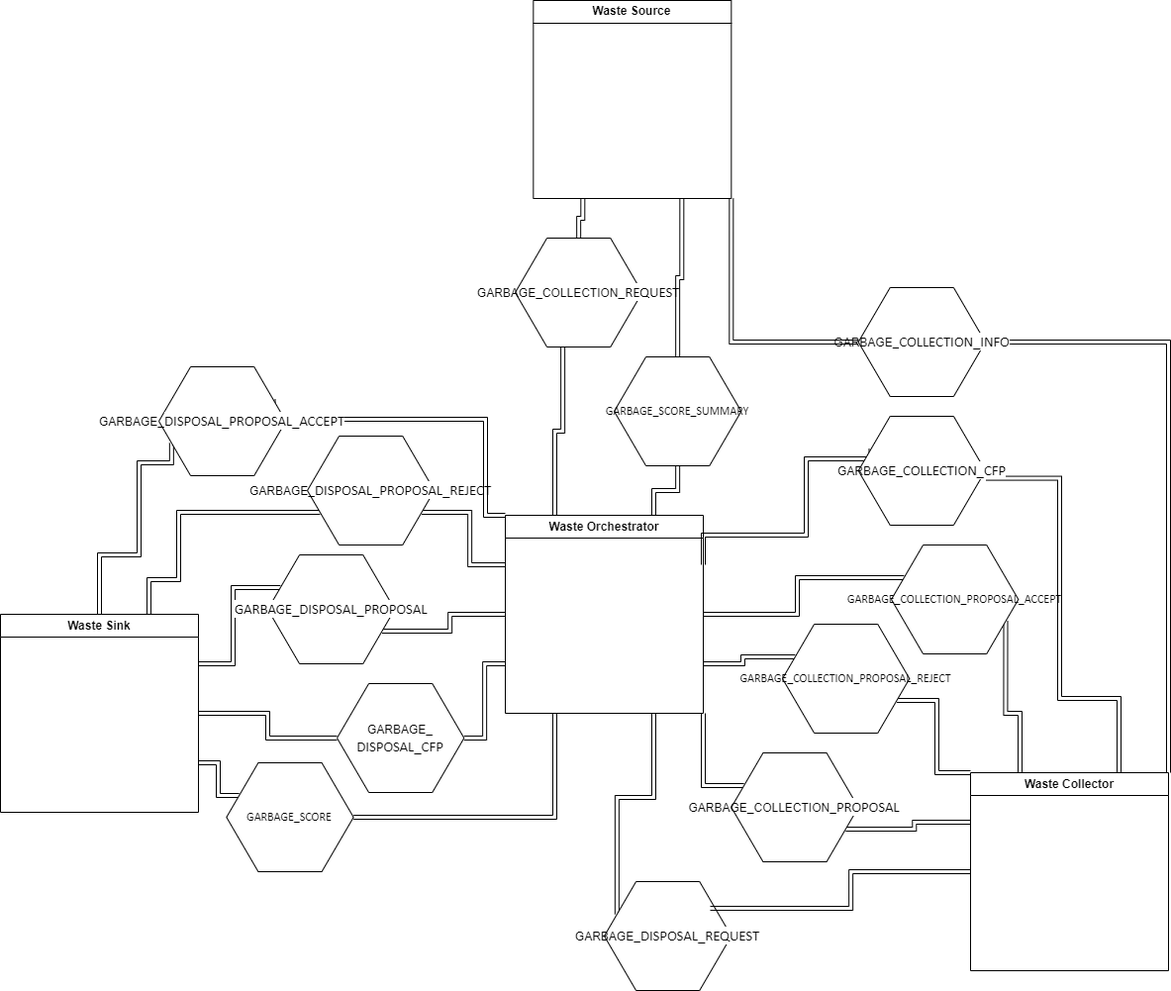
Above: diagrams/konwersacje.drawio.png in SwirtaB/AASD_CityWasteAgentSystem (draw.io), before the change. Source tidied: cells renumbered, new cells last; positions are measured from the earlier drawing's top-left corner, leaving out a move shared by most shapes.
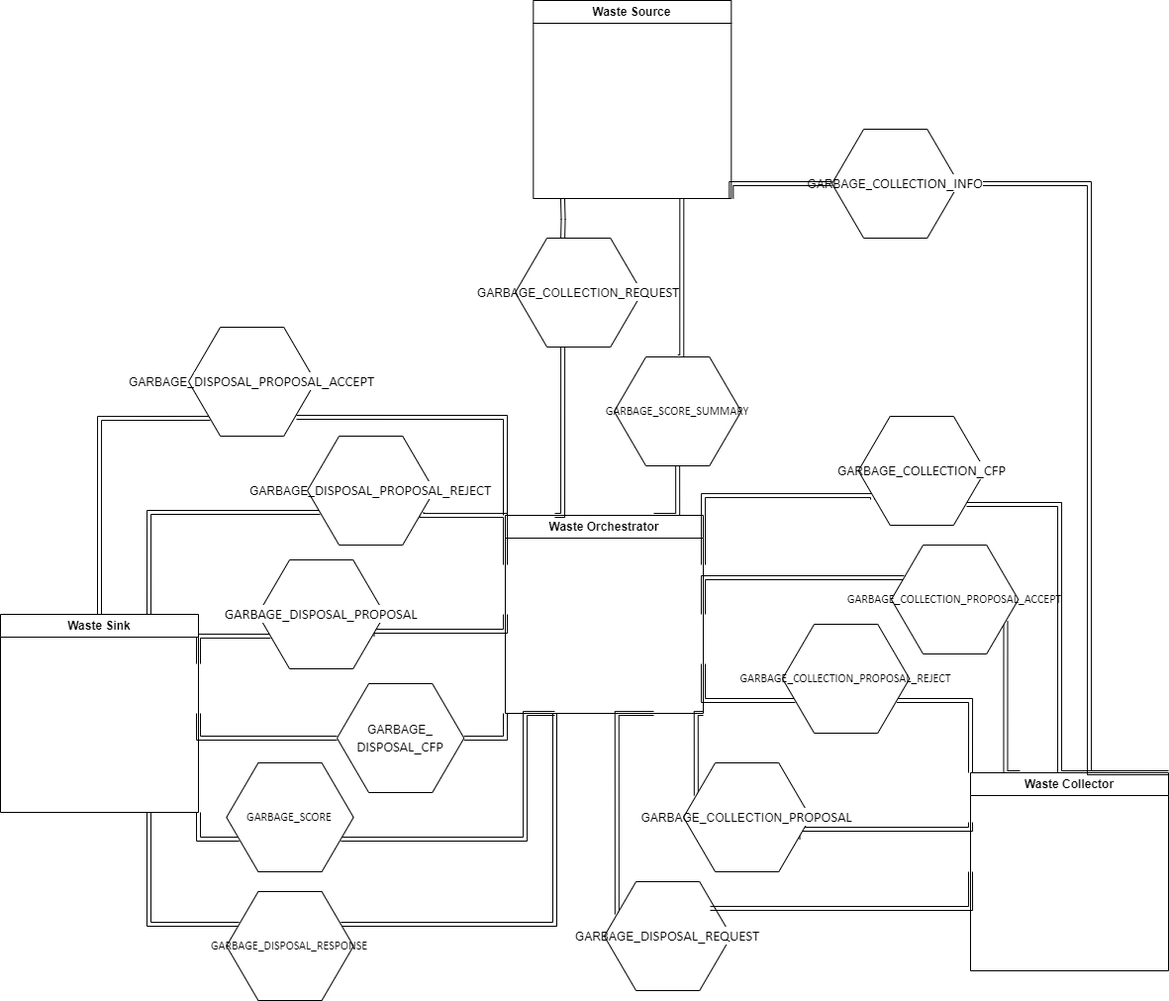
Later version of the same file.

Commit message:
konwersacje diagram - fix

Diff of the diagram source:
```diff
@@ -4,7 +4,13 @@
     <mxCell id="1" parent="0" />
-    <mxCell id="2" style="edgeStyle=orthogonalEdgeStyle;rounded=0;jettySize=auto;html=1;exitX=0.25;exitY=1;exitDx=0;exitDy=0;entryX=0.5;entryY=0;entryDx=0;entryDy=0;shape=link;" parent="1" edge="1" source="4" target="18">
-      <mxGeometry relative="1" as="geometry" />
+    <mxCell id="2" style="edgeStyle=orthogonalEdgeStyle;rounded=0;jettySize=auto;html=1;entryX=0.375;entryY=0;entryDx=0;entryDy=0;shape=link;" parent="1" edge="1" target="18">
+      <mxGeometry relative="1" as="geometry">
+        <mxPoint x="568" y="200" as="sourcePoint" />
+      </mxGeometry>
     </mxCell>
     <mxCell id="3" style="edgeStyle=orthogonalEdgeStyle;rounded=0;jettySize=auto;html=1;exitX=1;exitY=1;exitDx=0;exitDy=0;entryX=0;entryY=0.5;entryDx=0;entryDy=0;shape=link;" parent="1" edge="1" source="4" target="44">
-      <mxGeometry relative="1" as="geometry" />
+      <mxGeometry relative="1" as="geometry">
+        <Array as="points">
+          <mxPoint x="738" y="185" />
+        </Array>
+      </mxGeometry>
     </mxCell>
@@ -13,14 +19,16 @@
     </mxCell>
-    <mxCell id="5" style="edgeStyle=orthogonalEdgeStyle;rounded=0;jettySize=auto;html=1;exitX=1;exitY=0.75;exitDx=0;exitDy=0;entryX=0;entryY=0.25;entryDx=0;entryDy=0;shape=link;" parent="1" edge="1" source="9" target="39">
+    <mxCell id="5" style="edgeStyle=orthogonalEdgeStyle;rounded=0;jettySize=auto;html=1;exitX=1;exitY=1;exitDx=0;exitDy=0;entryX=0;entryY=0.75;entryDx=0;entryDy=0;shape=link;" parent="1" edge="1" source="9" target="39">
       <mxGeometry relative="1" as="geometry" />
     </mxCell>
-    <mxCell id="6" style="edgeStyle=orthogonalEdgeStyle;rounded=0;jettySize=auto;html=1;exitX=1;exitY=0.25;exitDx=0;exitDy=0;entryX=0;entryY=0.25;entryDx=0;entryDy=0;shape=link;" parent="1" edge="1" source="9" target="32">
-      <mxGeometry relative="1" as="geometry" />
+    <mxCell id="6" style="edgeStyle=orthogonalEdgeStyle;rounded=0;jettySize=auto;html=1;exitX=1;exitY=0.25;exitDx=0;exitDy=0;entryX=0;entryY=0.75;entryDx=0;entryDy=0;shape=link;" parent="1" edge="1" source="9" target="32">
+      <mxGeometry relative="1" as="geometry">
+        <Array as="points">
+          <mxPoint x="200" y="642" />
+        </Array>
+      </mxGeometry>
     </mxCell>
-    <mxCell id="7" style="edgeStyle=orthogonalEdgeStyle;rounded=0;jettySize=auto;html=1;exitX=0.5;exitY=0;exitDx=0;exitDy=0;entryX=0;entryY=0.75;entryDx=0;entryDy=0;shape=link;" parent="1" edge="1" source="9" target="37">
+    <mxCell id="7" style="edgeStyle=orthogonalEdgeStyle;rounded=0;jettySize=auto;html=1;exitX=0.5;exitY=0;exitDx=0;exitDy=0;shape=link;entryX=0.171;entryY=0.836;entryDx=0;entryDy=0;entryPerimeter=0;" parent="1" edge="1" source="9" target="37">
       <mxGeometry relative="1" as="geometry">
         <Array as="points">
-          <mxPoint x="100" y="560" />
-          <mxPoint x="140" y="560" />
-          <mxPoint x="140" y="467" />
+          <mxPoint x="100" y="422" />
         </Array>
@@ -31,5 +39,3 @@
         <Array as="points">
-          <mxPoint x="150" y="585" />
-          <mxPoint x="180" y="585" />
-          <mxPoint x="180" y="517" />
+          <mxPoint x="150" y="517" />
         </Array>
@@ -41,3 +47,7 @@
     <mxCell id="10" style="edgeStyle=orthogonalEdgeStyle;rounded=0;jettySize=auto;html=1;exitX=0.75;exitY=0;exitDx=0;exitDy=0;entryX=0.5;entryY=1;entryDx=0;entryDy=0;shape=link;" parent="1" edge="1" source="11" target="41">
-      <mxGeometry relative="1" as="geometry" />
+      <mxGeometry relative="1" as="geometry">
+        <Array as="points">
+          <mxPoint x="684" y="520" />
+        </Array>
+      </mxGeometry>
     </mxCell>
@@ -47,3 +57,7 @@
     <mxCell id="12" style="edgeStyle=orthogonalEdgeStyle;rounded=0;jettySize=auto;html=1;exitX=0.25;exitY=0;exitDx=0;exitDy=0;entryX=1;entryY=0.75;entryDx=0;entryDy=0;shape=link;" parent="1" edge="1" source="16" target="26">
-      <mxGeometry relative="1" as="geometry" />
+      <mxGeometry relative="1" as="geometry">
+        <Array as="points">
+          <mxPoint x="1015" y="780" />
+        </Array>
+      </mxGeometry>
     </mxCell>
@@ -52,3 +66,3 @@
         <Array as="points">
-          <mxPoint x="946" y="780" />
+          <mxPoint x="980" y="707" />
         </Array>
@@ -57,10 +71,13 @@
     <mxCell id="14" style="edgeStyle=orthogonalEdgeStyle;rounded=0;jettySize=auto;html=1;exitX=0;exitY=0.25;exitDx=0;exitDy=0;entryX=1;entryY=0.75;entryDx=0;entryDy=0;shape=link;" parent="1" edge="1" source="16" target="22">
-      <mxGeometry relative="1" as="geometry" />
+      <mxGeometry relative="1" as="geometry">
+        <Array as="points">
+          <mxPoint x="980" y="837" />
+        </Array>
+      </mxGeometry>
     </mxCell>
-    <mxCell id="15" style="edgeStyle=orthogonalEdgeStyle;rounded=0;jettySize=auto;html=1;exitX=0.75;exitY=0;exitDx=0;exitDy=0;entryX=1.007;entryY=0.569;entryDx=0;entryDy=0;shape=link;entryPerimeter=0;" parent="1" edge="1" source="16" target="20">
+    <mxCell id="15" style="edgeStyle=orthogonalEdgeStyle;rounded=0;jettySize=auto;html=1;exitX=0.75;exitY=0;exitDx=0;exitDy=0;entryX=0.852;entryY=0.809;entryDx=0;entryDy=0;shape=link;entryPerimeter=0;" parent="1" edge="1" source="16" target="20">
       <mxGeometry relative="1" as="geometry">
         <Array as="points">
-          <mxPoint x="1130" y="705" />
-          <mxPoint x="1070" y="705" />
-          <mxPoint x="1070" y="483" />
+          <mxPoint x="1070" y="780" />
+          <mxPoint x="1070" y="509" />
         </Array>
@@ -72,3 +89,7 @@
     <mxCell id="17" style="edgeStyle=orthogonalEdgeStyle;rounded=0;jettySize=auto;html=1;entryX=0.25;entryY=0;entryDx=0;entryDy=0;shape=link;exitX=0.375;exitY=1;exitDx=0;exitDy=0;" parent="1" edge="1" source="18" target="11">
-      <mxGeometry relative="1" as="geometry" />
+      <mxGeometry relative="1" as="geometry">
+        <Array as="points">
+          <mxPoint x="568" y="520" />
+        </Array>
+      </mxGeometry>
     </mxCell>
@@ -77,8 +98,7 @@
     </mxCell>
-    <mxCell id="19" style="edgeStyle=orthogonalEdgeStyle;rounded=0;jettySize=auto;html=1;exitX=0;exitY=0.25;exitDx=0;exitDy=0;entryX=1;entryY=0.25;entryDx=0;entryDy=0;shape=link;" parent="1" edge="1" source="20" target="11">
+    <mxCell id="19" style="edgeStyle=orthogonalEdgeStyle;rounded=0;jettySize=auto;html=1;exitX=0.112;exitY=0.764;exitDx=0;exitDy=0;entryX=1;entryY=0.25;entryDx=0;entryDy=0;shape=link;exitPerimeter=0;" parent="1" edge="1" source="20" target="11">
       <mxGeometry relative="1" as="geometry">
         <Array as="points">
-          <mxPoint x="814" y="463" />
-          <mxPoint x="814" y="540" />
-          <mxPoint x="710" y="540" />
+          <mxPoint x="881" y="500" />
+          <mxPoint x="710" y="500" />
         </Array>
@@ -90,9 +110,17 @@
     <mxCell id="21" style="edgeStyle=orthogonalEdgeStyle;rounded=0;jettySize=auto;html=1;exitX=0;exitY=0.25;exitDx=0;exitDy=0;entryX=1;entryY=1;entryDx=0;entryDy=0;shape=link;" parent="1" edge="1" source="22" target="11">
-      <mxGeometry relative="1" as="geometry" />
+      <mxGeometry relative="1" as="geometry">
+        <Array as="points">
+          <mxPoint x="703" y="720" />
+        </Array>
+      </mxGeometry>
     </mxCell>
     <mxCell id="22" value="GARBAGE_COLLECTION_&lt;span style=&quot;-webkit-user-drag: none; -webkit-tap-highlight-color: transparent; margin: 0px; padding: 0px; user-select: text; font-family: Calibri, Calibri_EmbeddedFont, Calibri_MSFontService, sans-serif; font-size: 14.6667px; font-variant-ligatures: none; text-align: left; background-color: rgb(255, 255, 255);&quot; class=&quot;NormalTextRun SCXW54066051 BCX0&quot;&gt;PROPOSAL&lt;/span&gt;&lt;span style=&quot;-webkit-user-drag: none; -webkit-tap-highlight-color: transparent; margin: 0px; padding: 0px; user-select: text; font-family: Calibri, Calibri_EmbeddedFont, Calibri_MSFontService, sans-serif; font-size: 14.6667px; font-variant-ligatures: none; text-align: left; background-color: rgb(255, 255, 255);&quot; class=&quot;NormalTextRun SCXW54066051 BCX0&quot;&gt; &lt;/span&gt;" style="shape=mxgraph.bpmn.conversation;perimeter=hexagonPerimeter2;whiteSpace=wrap;html=1;bpmnConversationType=conv;" parent="1" vertex="1">
-      <mxGeometry x="738.3" y="760" width="128.3" height="110" as="geometry" />
+      <mxGeometry x="690" y="770" width="128.3" height="110" as="geometry" />
     </mxCell>
-    <mxCell id="23" style="edgeStyle=orthogonalEdgeStyle;rounded=0;jettySize=auto;html=1;exitX=0;exitY=0.25;exitDx=0;exitDy=0;entryX=1;entryY=0.75;entryDx=0;entryDy=0;shape=link;" parent="1" edge="1" source="24" target="11">
-      <mxGeometry relative="1" as="geometry" />
+    <mxCell id="23" style="edgeStyle=orthogonalEdgeStyle;rounded=0;jettySize=auto;html=1;exitX=0;exitY=0.75;exitDx=0;exitDy=0;entryX=1;entryY=0.75;entryDx=0;entryDy=0;shape=link;" parent="1" edge="1" source="24" target="11">
+      <mxGeometry relative="1" as="geometry">
+        <Array as="points">
+          <mxPoint x="710" y="707" />
+        </Array>
+      </mxGeometry>
     </mxCell>
@@ -102,3 +130,7 @@
     <mxCell id="25" style="edgeStyle=orthogonalEdgeStyle;rounded=0;jettySize=auto;html=1;exitX=0;exitY=0.25;exitDx=0;exitDy=0;entryX=1;entryY=0.5;entryDx=0;entryDy=0;shape=link;" parent="1" edge="1" source="26" target="11">
-      <mxGeometry relative="1" as="geometry" />
+      <mxGeometry relative="1" as="geometry">
+        <Array as="points">
+          <mxPoint x="710" y="583" />
+        </Array>
+      </mxGeometry>
     </mxCell>
@@ -108,3 +140,7 @@
     <mxCell id="27" style="edgeStyle=orthogonalEdgeStyle;rounded=0;jettySize=auto;html=1;exitX=0;exitY=0.25;exitDx=0;exitDy=0;entryX=0.75;entryY=1;entryDx=0;entryDy=0;shape=link;" parent="1" edge="1" source="28" target="11">
-      <mxGeometry relative="1" as="geometry" />
+      <mxGeometry relative="1" as="geometry">
+        <Array as="points">
+          <mxPoint x="623" y="720" />
+        </Array>
+      </mxGeometry>
     </mxCell>
@@ -114,3 +150,8 @@
     <mxCell id="29" style="edgeStyle=orthogonalEdgeStyle;rounded=0;jettySize=auto;html=1;exitX=1;exitY=0.75;exitDx=0;exitDy=0;entryX=0;entryY=0.25;entryDx=0;entryDy=0;shape=link;" parent="1" edge="1" source="30" target="11">
-      <mxGeometry relative="1" as="geometry" />
+      <mxGeometry relative="1" as="geometry">
+        <Array as="points">
+          <mxPoint x="426" y="520" />
+          <mxPoint x="510" y="520" />
+        </Array>
+      </mxGeometry>
     </mxCell>
@@ -120,8 +161,12 @@
     <mxCell id="31" style="edgeStyle=orthogonalEdgeStyle;rounded=0;jettySize=auto;html=1;exitX=1;exitY=0.75;exitDx=0;exitDy=0;entryX=0;entryY=0.5;entryDx=0;entryDy=0;shape=link;" parent="1" edge="1" source="32" target="11">
-      <mxGeometry relative="1" as="geometry" />
+      <mxGeometry relative="1" as="geometry">
+        <Array as="points">
+          <mxPoint x="510" y="637" />
+        </Array>
+      </mxGeometry>
     </mxCell>
     <mxCell id="32" value="&lt;span style=&quot;-webkit-user-drag: none; -webkit-tap-highlight-color: transparent; margin: 0px; padding: 0px; user-select: text; font-family: Calibri, Calibri_EmbeddedFont, Calibri_MSFontService, sans-serif; font-size: 14.6667px; font-variant-ligatures: none; text-align: left; background-color: rgb(255, 255, 255);&quot; class=&quot;NormalTextRun SCXW189327821 BCX0&quot;&gt;GARBAGE_&lt;span style=&quot;-webkit-user-drag: none; -webkit-tap-highlight-color: transparent; margin: 0px; padding: 0px; user-select: text; font-size: 14.6667px;&quot; class=&quot;NormalTextRun SCXW189327821 BCX0&quot;&gt;DISPOSAL&lt;/span&gt;&lt;span style=&quot;-webkit-user-drag: none; -webkit-tap-highlight-color: transparent; margin: 0px; padding: 0px; user-select: text; font-size: 14.6667px;&quot; class=&quot;NormalTextRun SCXW189327821 BCX0&quot;&gt;_PROPOSAL&lt;/span&gt;&lt;br&gt;&lt;/span&gt;" style="shape=mxgraph.bpmn.conversation;perimeter=hexagonPerimeter2;whiteSpace=wrap;html=1;bpmnConversationType=conv;" parent="1" vertex="1">
-      <mxGeometry x="270" y="560" width="128.3" height="110" as="geometry" />
+      <mxGeometry x="260" y="565" width="128.3" height="110" as="geometry" />
     </mxCell>
-    <mxCell id="33" style="edgeStyle=orthogonalEdgeStyle;rounded=0;jettySize=auto;html=1;exitX=1;exitY=0.5;exitDx=0;exitDy=0;entryX=0;entryY=0.75;entryDx=0;entryDy=0;shape=link;" parent="1" edge="1" source="34" target="11">
+    <mxCell id="33" style="edgeStyle=orthogonalEdgeStyle;rounded=0;jettySize=auto;html=1;exitX=1;exitY=0.5;exitDx=0;exitDy=0;entryX=0;entryY=1;entryDx=0;entryDy=0;shape=link;" parent="1" edge="1" source="34" target="11">
       <mxGeometry relative="1" as="geometry" />
@@ -132,9 +177,12 @@
     <mxCell id="35" style="edgeStyle=orthogonalEdgeStyle;rounded=0;jettySize=auto;html=1;entryX=0.834;entryY=0.245;entryDx=0;entryDy=0;entryPerimeter=0;shape=link;exitX=0;exitY=0.5;exitDx=0;exitDy=0;" parent="1" edge="1" source="16" target="28">
-      <mxGeometry relative="1" as="geometry" />
+      <mxGeometry relative="1" as="geometry">
+        <Array as="points">
+          <mxPoint x="980" y="917" />
+        </Array>
+      </mxGeometry>
     </mxCell>
-    <mxCell id="36" style="edgeStyle=orthogonalEdgeStyle;rounded=0;jettySize=auto;html=1;exitX=1;exitY=0.25;exitDx=0;exitDy=0;entryX=0;entryY=0;entryDx=0;entryDy=0;shape=link;" parent="1" edge="1" source="37" target="11">
+    <mxCell id="36" style="edgeStyle=orthogonalEdgeStyle;rounded=0;jettySize=auto;html=1;exitX=0.849;exitY=0.827;exitDx=0;exitDy=0;entryX=0;entryY=0;entryDx=0;entryDy=0;shape=link;exitPerimeter=0;" parent="1" edge="1" source="37" target="11">
       <mxGeometry relative="1" as="geometry">
         <Array as="points">
-          <mxPoint x="490" y="423" />
-          <mxPoint x="490" y="520" />
+          <mxPoint x="510" y="421" />
         </Array>
@@ -143,6 +191,11 @@
     <mxCell id="37" value="GARBAGE_&lt;span style=&quot;-webkit-user-drag: none; -webkit-tap-highlight-color: transparent; margin: 0px; padding: 0px; user-select: text; font-family: Calibri, Calibri_EmbeddedFont, Calibri_MSFontService, sans-serif; font-size: 14.6667px; font-variant-ligatures: none; text-align: left; background-color: rgb(255, 255, 255);&quot; class=&quot;NormalTextRun SCXW229282958 BCX0&quot;&gt;DISPOSAL&lt;/span&gt;&lt;span style=&quot;-webkit-user-drag: none; -webkit-tap-highlight-color: transparent; margin: 0px; padding: 0px; user-select: text; font-family: Calibri, Calibri_EmbeddedFont, Calibri_MSFontService, sans-serif; font-size: 14.6667px; font-variant-ligatures: none; text-align: left; background-color: rgb(255, 255, 255);&quot; class=&quot;NormalTextRun SCXW229282958 BCX0&quot;&gt;_PROPOSAL_ACCEPT&lt;/span&gt;" style="shape=mxgraph.bpmn.conversation;perimeter=hexagonPerimeter2;whiteSpace=wrap;html=1;bpmnConversationType=conv;" parent="1" vertex="1">
-      <mxGeometry x="160" y="370" width="128.3" height="110" as="geometry" />
+      <mxGeometry x="190" y="330" width="128.3" height="110" as="geometry" />
     </mxCell>
-    <mxCell id="38" style="edgeStyle=orthogonalEdgeStyle;rounded=0;jettySize=auto;html=1;exitX=1;exitY=0.5;exitDx=0;exitDy=0;entryX=0.25;entryY=1;entryDx=0;entryDy=0;shape=link;" parent="1" edge="1" source="39" target="11">
-      <mxGeometry relative="1" as="geometry" />
+    <mxCell id="38" style="edgeStyle=orthogonalEdgeStyle;rounded=0;jettySize=auto;html=1;exitX=1;exitY=0.75;exitDx=0;exitDy=0;entryX=0.25;entryY=1;entryDx=0;entryDy=0;shape=link;" parent="1" edge="1" source="39" target="11">
+      <mxGeometry relative="1" as="geometry">
+        <Array as="points">
+          <mxPoint x="530" y="847" />
+          <mxPoint x="530" y="720" />
+        </Array>
+      </mxGeometry>
     </mxCell>
@@ -152,3 +205,7 @@
     <mxCell id="40" style="edgeStyle=orthogonalEdgeStyle;rounded=0;jettySize=auto;html=1;exitX=0.5;exitY=0;exitDx=0;exitDy=0;entryX=0.75;entryY=1;entryDx=0;entryDy=0;shape=link;" parent="1" edge="1" source="41" target="4">
-      <mxGeometry relative="1" as="geometry" />
+      <mxGeometry relative="1" as="geometry">
+        <Array as="points">
+          <mxPoint x="688" y="360" />
+        </Array>
+      </mxGeometry>
     </mxCell>
@@ -158,10 +215,36 @@
     <mxCell id="42" style="edgeStyle=orthogonalEdgeStyle;rounded=0;jettySize=auto;html=1;exitX=1;exitY=0.5;exitDx=0;exitDy=0;entryX=0;entryY=0.5;entryDx=0;entryDy=0;shape=link;" parent="1" edge="1" source="9" target="34">
-      <mxGeometry relative="1" as="geometry" />
+      <mxGeometry relative="1" as="geometry">
+        <Array as="points">
+          <mxPoint x="200" y="745" />
+        </Array>
+      </mxGeometry>
     </mxCell>
     <mxCell id="43" style="edgeStyle=orthogonalEdgeStyle;rounded=0;jettySize=auto;html=1;exitX=1;exitY=0.5;exitDx=0;exitDy=0;entryX=1;entryY=0;entryDx=0;entryDy=0;shape=link;" parent="1" edge="1" source="44" target="16">
-      <mxGeometry relative="1" as="geometry" />
+      <mxGeometry relative="1" as="geometry">
+        <Array as="points">
+          <mxPoint x="1100" y="185" />
+          <mxPoint x="1100" y="780" />
+        </Array>
+      </mxGeometry>
     </mxCell>
     <mxCell id="44" value="GARBAGE_&lt;span style=&quot;-webkit-user-drag: none; -webkit-tap-highlight-color: transparent; margin: 0px; padding: 0px; user-select: text; font-family: Calibri, Calibri_EmbeddedFont, Calibri_MSFontService, sans-serif; font-size: 14.6667px; font-variant-ligatures: none; text-align: left; background-color: rgb(255, 255, 255);&quot; class=&quot;NormalTextRun SCXW119566157 BCX0&quot;&gt;COLLECTION_INFO&lt;/span&gt;" style="shape=mxgraph.bpmn.conversation;perimeter=hexagonPerimeter2;whiteSpace=wrap;html=1;bpmnConversationType=conv;" parent="1" vertex="1">
-      <mxGeometry x="866.7" y="290" width="128.3" height="110" as="geometry" />
+      <mxGeometry x="840" y="130" width="128.3" height="110" as="geometry" />
     </mxCell>
+    <mxCell id="45" style="edgeStyle=none;curved=1;rounded=0;jettySize=auto;html=1;exitX=1;exitY=0.25;exitDx=0;exitDy=0;entryX=0.25;entryY=1;entryDx=0;entryDy=0;fontSize=12;shape=link;" parent="1" edge="1" source="47" target="11">
+      <mxGeometry relative="1" as="geometry">
+        <Array as="points">
+          <mxPoint x="560" y="933" />
+        </Array>
+      </mxGeometry>
+    </mxCell>
+    <mxCell id="46" style="edgeStyle=none;curved=1;rounded=0;jettySize=auto;html=1;exitX=0;exitY=0.25;exitDx=0;exitDy=0;entryX=0.75;entryY=1;entryDx=0;entryDy=0;fontSize=12;shape=link;" parent="1" edge="1" source="47" target="9">
+      <mxGeometry relative="1" as="geometry">
+        <Array as="points">
+          <mxPoint x="150" y="933" />
+        </Array>
+      </mxGeometry>
+    </mxCell>
+    <mxCell id="47" value="&lt;font face=&quot;WordVisi_MSFontService, Calibri, Calibri_EmbeddedFont, Calibri_MSFontService, sans-serif&quot;&gt;GARBAGE_DISPOSAL_RESPONSE&lt;/font&gt;&lt;div style=&quot;text-align: left;&quot;&gt;&lt;/div&gt;" style="shape=mxgraph.bpmn.conversation;perimeter=hexagonPerimeter2;whiteSpace=wrap;html=1;bpmnConversationType=conv;" parent="1" vertex="1">
+      <mxGeometry x="228.3" y="900" width="128.3" height="110" as="geometry" />
+    </mxCell>
   </root>
```
